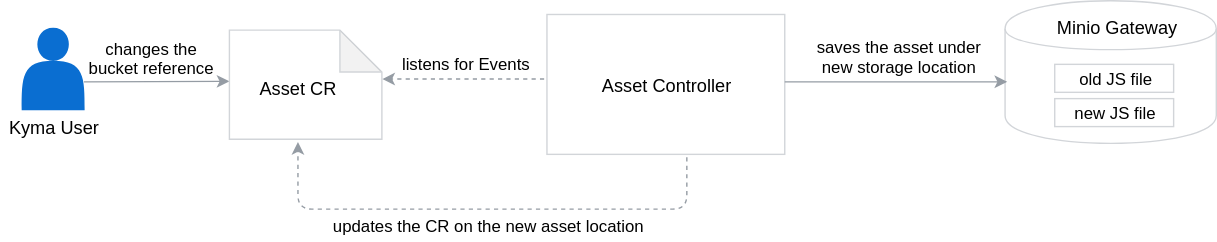
Above: static/documentation/master/components/asset-store/assets/modify-asset.svg in kyma-project/website (draw.io), before the change. Source tidied: cells renumbered, new cells last; positions are measured from the earlier drawing's top-left corner, leaving out a move shared by most shapes.
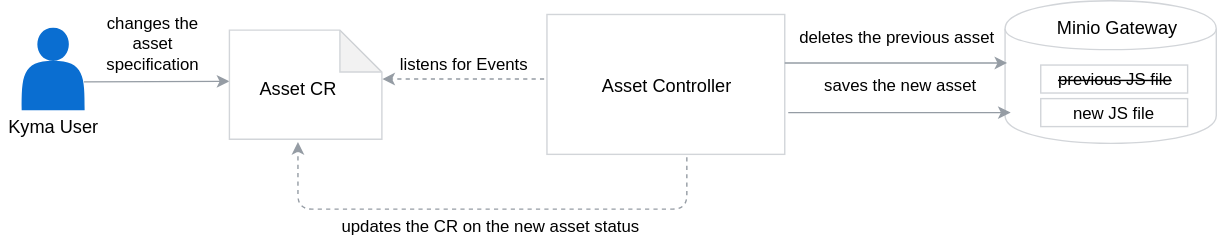
Above is the later version.

The edit, as a diff of the source:
```diff
@@ -20,25 +20,26 @@
         <mxPoint x="162" y="57.7" as="targetPoint" />
       </mxGeometry>
     </mxCell>
-    <mxCell id="7" value="changes the bucket reference" style="text;html=1;strokeColor=none;fillColor=none;align=center;verticalAlign=middle;whiteSpace=wrap;rounded=0;" parent="1" vertex="1">
-      <mxGeometry x="58" y="25" width="97" height="31" as="geometry" />
+    <mxCell id="7" value="changes the asset specification" style="text;html=1;strokeColor=none;fillColor=none;align=center;verticalAlign=middle;whiteSpace=wrap;rounded=0;" parent="1" vertex="1">
+      <mxGeometry x="58.5" y="9" width="97" height="42" as="geometry" />
     </mxCell>
-    <mxCell id="8" style="endArrow=classic;html=1;strokeColor=#959CA4;strokeWidth=1;fontFamily=Helvetica;fontSize=15;fontColor=#000000;entryX=0.009;entryY=0.57;entryDx=0;entryDy=0;entryPerimeter=0;" parent="1" edge="1" target="5">
+    <mxCell id="8" style="endArrow=classic;html=1;strokeColor=#959CA4;strokeWidth=1;fontFamily=Helvetica;fontSize=15;fontColor=#000000;entryX=0.009;entryY=0.57;entryDx=0;entryDy=0;entryPerimeter=0;" parent="1" edge="1">
       <mxGeometry relative="1" as="geometry">
-        <mxPoint x="559" y="58" as="sourcePoint" />
+        <mxPoint x="559" y="44.5" as="sourcePoint" />
+        <mxPoint x="718" y="44.5" as="targetPoint" />
       </mxGeometry>
     </mxCell>
-    <mxCell id="9" value="saves the asset under new storage location" style="text;html=1;strokeColor=none;fillColor=none;align=center;verticalAlign=middle;whiteSpace=wrap;rounded=0;" parent="1" vertex="1">
-      <mxGeometry x="574" y="29" width="134" height="20" as="geometry" />
+    <mxCell id="9" value="deletes the previous asset&lt;br&gt;" style="text;html=1;strokeColor=none;fillColor=none;align=center;verticalAlign=middle;whiteSpace=wrap;rounded=0;" parent="1" vertex="1">
+      <mxGeometry x="563" y="16" width="151" height="20" as="geometry" />
     </mxCell>
     <mxCell id="10" value="&lt;font style=&quot;font-size: 13px&quot;&gt;Minio Gateway&lt;/font&gt;" style="text;html=1;" parent="1" vertex="1">
       <mxGeometry x="752" y="5" width="88" height="25" as="geometry" />
     </mxCell>
-    <mxCell id="11" value="old JS file" style="rounded=0;whiteSpace=wrap;html=1;strokeColor=#D2D5D9;" parent="1" vertex="1">
-      <mxGeometry x="752" y="45.5" width="85" height="20" as="geometry" />
+    <mxCell id="11" value="&lt;strike&gt;previous JS file&lt;/strike&gt;" style="rounded=0;whiteSpace=wrap;html=1;strokeColor=#D2D5D9;" parent="1" vertex="1">
+      <mxGeometry x="742" y="46" width="105" height="20" as="geometry" />
     </mxCell>
     <mxCell id="12" value="new JS file" style="rounded=0;whiteSpace=wrap;html=1;strokeColor=#D2D5D9;" parent="1" vertex="1">
-      <mxGeometry x="752" y="70" width="85" height="20" as="geometry" />
+      <mxGeometry x="742" y="70" width="105" height="20" as="geometry" />
     </mxCell>
     <mxCell id="13" style="endArrow=classic;html=1;strokeColor=#959CA4;strokeWidth=1;fontFamily=Helvetica;fontSize=15;fontColor=#000000;dashed=1;" parent="1" edge="1">
       <mxGeometry relative="1" as="geometry">
@@ -50,7 +51,7 @@
         </Array>
       </mxGeometry>
     </mxCell>
-    <mxCell id="14" value="updates the CR on the new asset location" style="text;html=1;strokeColor=none;fillColor=none;align=center;verticalAlign=middle;whiteSpace=wrap;rounded=0;" parent="1" vertex="1">
+    <mxCell id="14" value="updates the CR on the new asset status&lt;br&gt;" style="text;html=1;strokeColor=none;fillColor=none;align=center;verticalAlign=middle;whiteSpace=wrap;rounded=0;" parent="1" vertex="1">
       <mxGeometry x="232.5" y="150" width="230" height="22" as="geometry" />
     </mxCell>
     <mxCell id="15" style="shape=note;whiteSpace=wrap;html=1;backgroundOutline=1;darkOpacity=0.05;strokeColor=#D2D5D9;" parent="1" vertex="1">
@@ -68,5 +69,14 @@
     <mxCell id="18" value="listens for Events" style="text;html=1;strokeColor=none;fillColor=none;align=center;verticalAlign=middle;whiteSpace=wrap;rounded=0;" parent="1" vertex="1">
       <mxGeometry x="277" y="33.5" width="106" height="23" as="geometry" />
     </mxCell>
+    <mxCell id="19" style="endArrow=classic;html=1;strokeColor=#959CA4;strokeWidth=1;fontFamily=Helvetica;fontSize=15;fontColor=#000000;entryX=0.009;entryY=0.57;entryDx=0;entryDy=0;entryPerimeter=0;" parent="1" edge="1">
+      <mxGeometry relative="1" as="geometry">
+        <mxPoint x="561.5" y="80" as="sourcePoint" />
+        <mxPoint x="720.5" y="80" as="targetPoint" />
+      </mxGeometry>
+    </mxCell>
+    <mxCell id="20" value="saves the new asset&lt;br&gt;" style="text;html=1;strokeColor=none;fillColor=none;align=center;verticalAlign=middle;whiteSpace=wrap;rounded=0;" parent="1" vertex="1">
+      <mxGeometry x="574" y="50" width="134" height="20" as="geometry" />
+    </mxCell>
   </root>
 </mxGraphModel>
```
